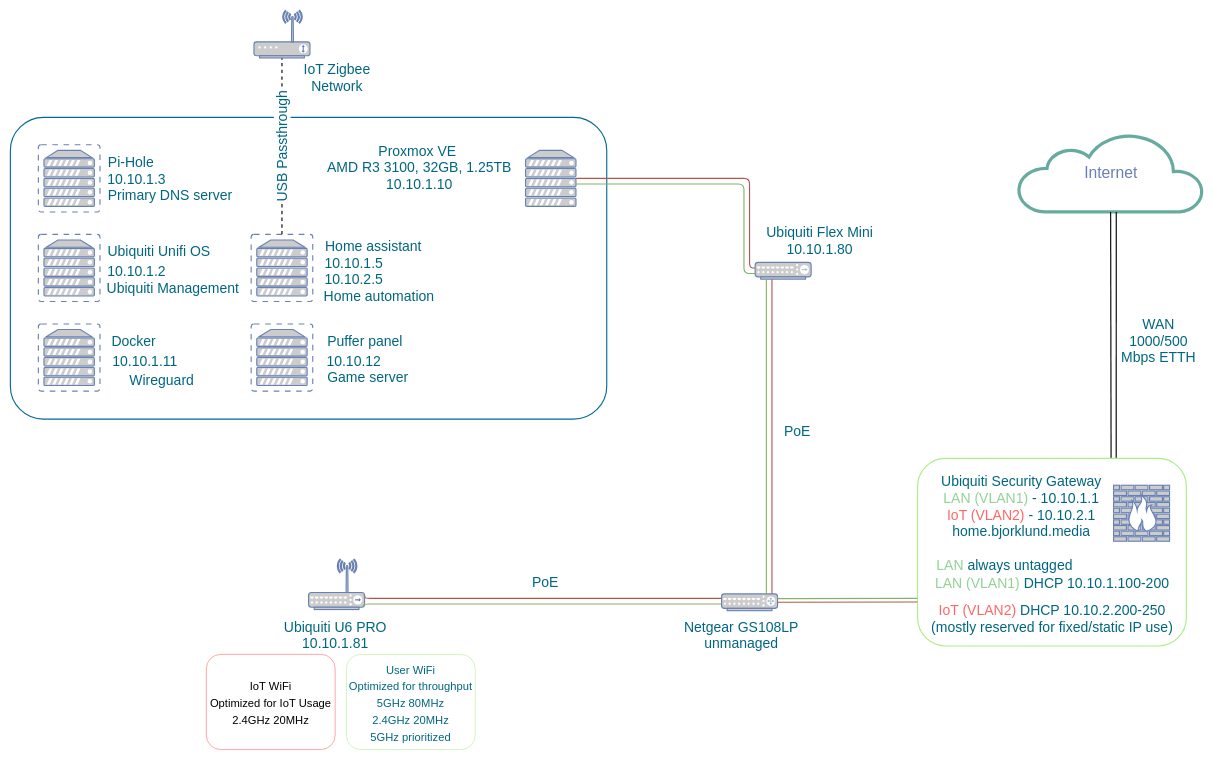
Above: Drawio/network.drawio in Vili-B/HomeLab (draw.io), before the change. Source tidied: cells renumbered, new cells numbered last; positions are measured from the earlier drawing's top-left corner, leaving out a move shared by most shapes. Both pictures are drawn from the tidied source at 56%, with x=0, y=0 at pixel (10, 10).
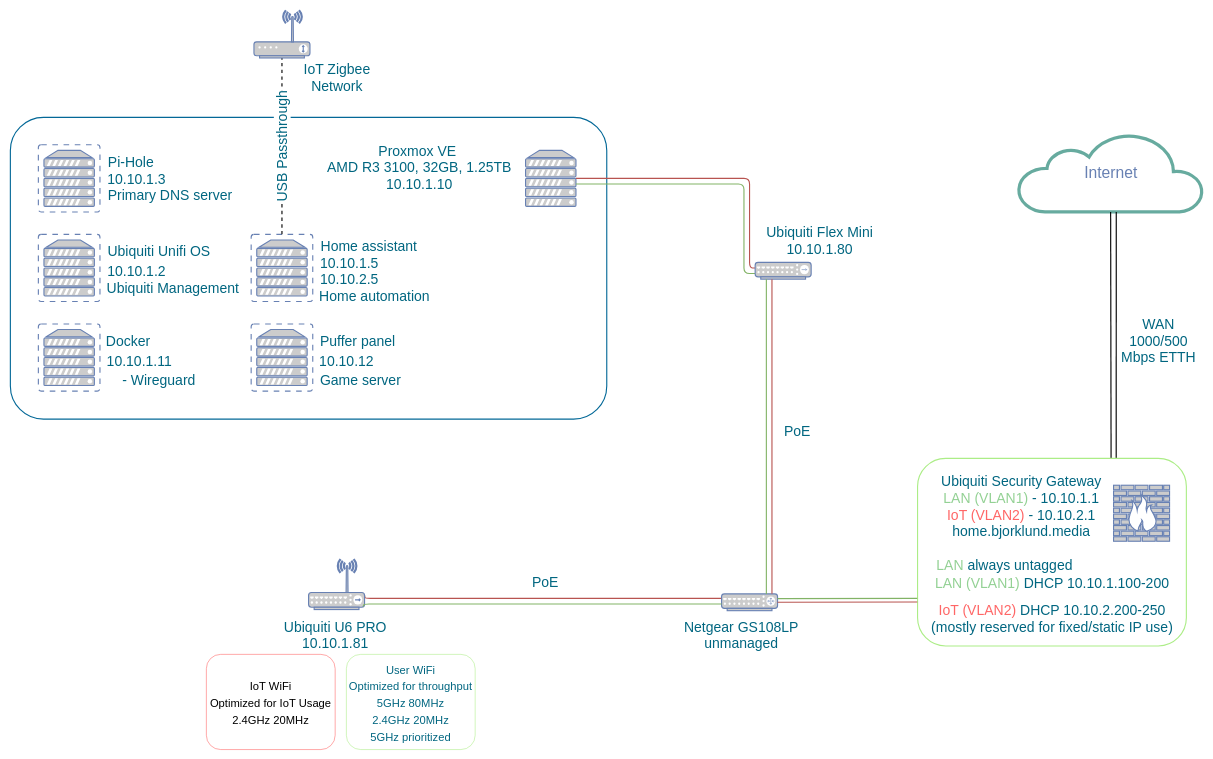
After the change.

What changed in the source:
```diff
@@
     <mxCell id="40" value="Docker" style="text;html=1;align=center;verticalAlign=middle;strokeColor=none;fillColor=none;fontSize=25;fontColor=#006680;" parent="1" vertex="1">
-      <mxGeometry x="170" y="570" width="100" height="40" as="geometry" />
+      <mxGeometry x="160" y="569" width="100" height="40" as="geometry" />
     </mxCell>
     <mxCell id="41" value="10.10.1.11" style="text;html=1;align=center;verticalAlign=middle;strokeColor=none;fillColor=none;fontSize=25;fontColor=#006680;" parent="1" vertex="1">
-      <mxGeometry x="170" y="605" width="140" height="40" as="geometry" />
+      <mxGeometry x="160" y="605" width="140" height="40" as="geometry" />
     </mxCell>
     <mxCell id="42" value="Puffer panel" style="text;html=1;align=center;verticalAlign=middle;strokeColor=none;fillColor=none;fontSize=25;fontColor=#006680;" parent="1" vertex="1">
-      <mxGeometry x="552.5" y="570" width="160" height="40" as="geometry" />
+      <mxGeometry x="540" y="569" width="160" height="40" as="geometry" />
     </mxCell>
     <mxCell id="43" value="10.10.12" style="text;html=1;align=center;verticalAlign=middle;strokeColor=none;fillColor=none;fontSize=25;fontColor=#006680;" parent="1" vertex="1">
-      <mxGeometry x="552.5" y="605" width="120" height="40" as="geometry" />
+      <mxGeometry x="540" y="605" width="120" height="40" as="geometry" />
     </mxCell>
     <mxCell id="44" value="Home assistant" style="text;html=1;align=center;verticalAlign=middle;strokeColor=none;fillColor=none;fontSize=25;fontColor=#006680;" parent="1" vertex="1">
-      <mxGeometry x="547.5" y="400" width="200" height="40" as="geometry" />
+      <mxGeometry x="540" y="400" width="200" height="40" as="geometry" />
     </mxCell>
     <mxCell id="45" value="10.10.1.5&lt;br&gt;10.10.2.5" style="text;html=1;align=center;verticalAlign=middle;strokeColor=none;fillColor=none;fontSize=25;fontColor=#006680;" parent="1" vertex="1">
-      <mxGeometry x="547.5" y="430" width="130" height="70" as="geometry" />
+      <mxGeometry x="540" y="430" width="130" height="70" as="geometry" />
     </mxCell>
@@
     <mxCell id="52" value="Home automation" style="text;html=1;align=center;verticalAlign=middle;strokeColor=none;fillColor=none;fontSize=25;fontColor=#006680;" parent="1" vertex="1">
-      <mxGeometry x="547.5" y="490" width="220" height="40" as="geometry" />
+      <mxGeometry x="540" y="490" width="220" height="40" as="geometry" />
     </mxCell>
     <mxCell id="53" value="Game server" style="text;html=1;align=center;verticalAlign=middle;strokeColor=none;fillColor=none;fontSize=25;fontColor=#006680;" parent="1" vertex="1">
-      <mxGeometry x="552.5" y="635" width="170" height="40" as="geometry" />
+      <mxGeometry x="540" y="639" width="170" height="40" as="geometry" />
     </mxCell>
@@
-    <mxCell id="55" value="Wireguard" style="text;html=1;align=center;verticalAlign=middle;strokeColor=none;fillColor=none;fontColor=#006680;fontSize=25;" parent="1" vertex="1">
-      <mxGeometry x="200" y="640" width="140" height="40" as="geometry" />
+    <mxCell id="55" value="- Wireguard" style="text;html=1;align=center;verticalAlign=middle;strokeColor=none;fillColor=none;fontColor=#006680;fontSize=25;" parent="1" vertex="1">
+      <mxGeometry x="190" y="640" width="150" height="40" as="geometry" />
     </mxCell>
```
